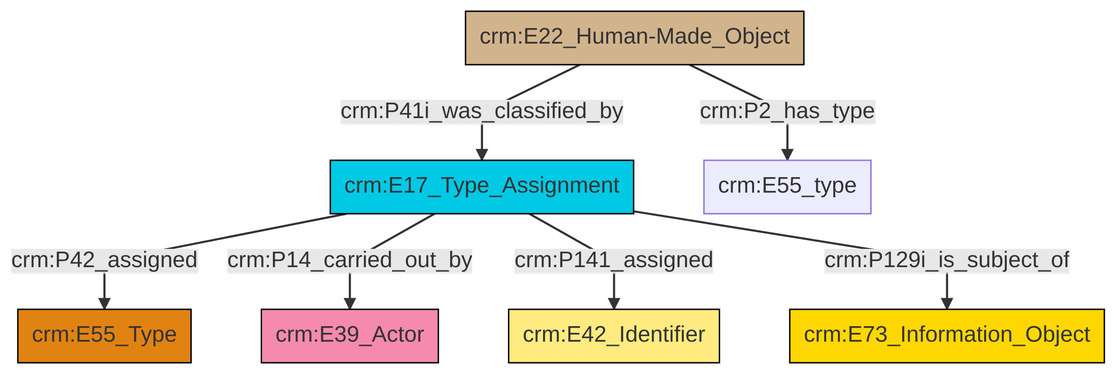
swiss-art-research-net/reference-data-models keeps this Mermaid diagram as et/builtWorkCSV/ttl/mmd/png/Built_Work_designation_status.png. Above is the earlier version. Its source is kept beside it as et/builtWorkCSV/ttl/mmd/Built_Work_designation_status.ttl.mmd.
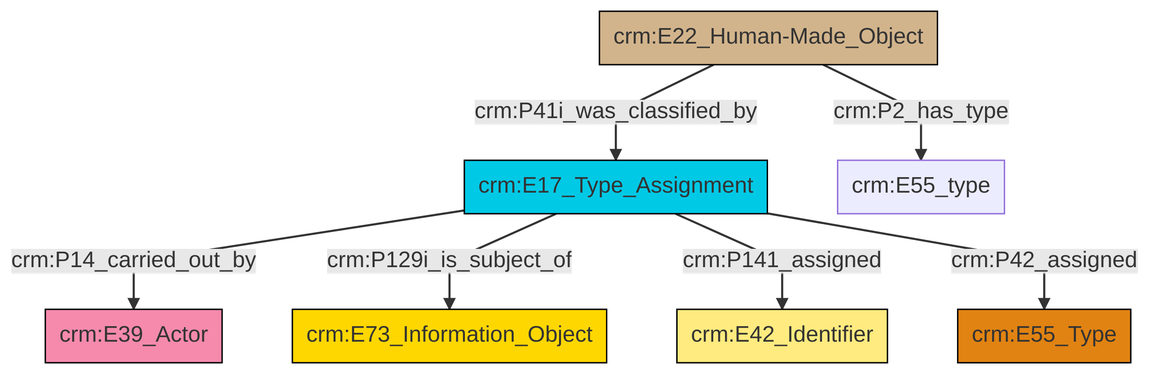
The same file after the commit.

What changed in the source:
```diff
@@ -13,9 +13,9 @@
 classDef PC_Classes fill:#4ce600, stroke:#000000;
 classDef Multi fill:#cccccc,stroke:#000000;
 
-0["crm:E17_Type_Assignment"]:::Temporal_Entity -->|crm:P42_assigned| 1["crm:E55_Type"]:::Type
-5["crm:E22_Human-Made_Object"]:::Physical_Thing -->|crm:P2_has_type| 6["crm:E55_type"]:::Default
-0["crm:E17_Type_Assignment"]:::Temporal_Entity -->|crm:P14_carried_out_by| 8["crm:E39_Actor"]:::Actor
-0["crm:E17_Type_Assignment"]:::Temporal_Entity -->|crm:P141_assigned| 3["crm:E42_Identifier"]:::Appellation
+0["crm:E17_Type_Assignment"]:::Temporal_Entity -->|crm:P14_carried_out_by| 1["crm:E39_Actor"]:::Actor
+0["crm:E17_Type_Assignment"]:::Temporal_Entity -->|crm:P129i_is_subject_of| 7["crm:E73_Information_Object"]:::Conceptual_Object
+5["crm:E22_Human-Made_Object"]:::Physical_Thing -->|crm:P2_has_type| 11["crm:E55_type"]:::Default
 5["crm:E22_Human-Made_Object"]:::Physical_Thing -->|crm:P41i_was_classified_by| 0["crm:E17_Type_Assignment"]:::Temporal_Entity
-0["crm:E17_Type_Assignment"]:::Temporal_Entity -->|crm:P129i_is_subject_of| 12["crm:E73_Information_Object"]:::Conceptual_Object
+0["crm:E17_Type_Assignment"]:::Temporal_Entity -->|crm:P141_assigned| 8["crm:E42_Identifier"]:::Appellation
+0["crm:E17_Type_Assignment"]:::Temporal_Entity -->|crm:P42_assigned| 2["crm:E55_Type"]:::Type
```
